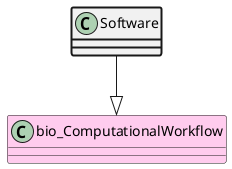
The PlantUML diagram ttl_uml/ttl_appn_Software.png in aus-plant-phenomics-network/appn-schema, before a commit.
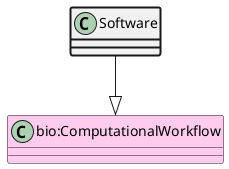
After the commit.

The edit, as a diff of the source:
```diff
@@ -1,5 +1,5 @@
 @startuml
 class Software  #line.bold
-class bio_ComputationalWorkflow #FFCCEE
-Software --|> bio_ComputationalWorkflow
+class "bio:ComputationalWorkflow" #FFCCEE
+Software --|> "bio:ComputationalWorkflow"
 @enduml
```
